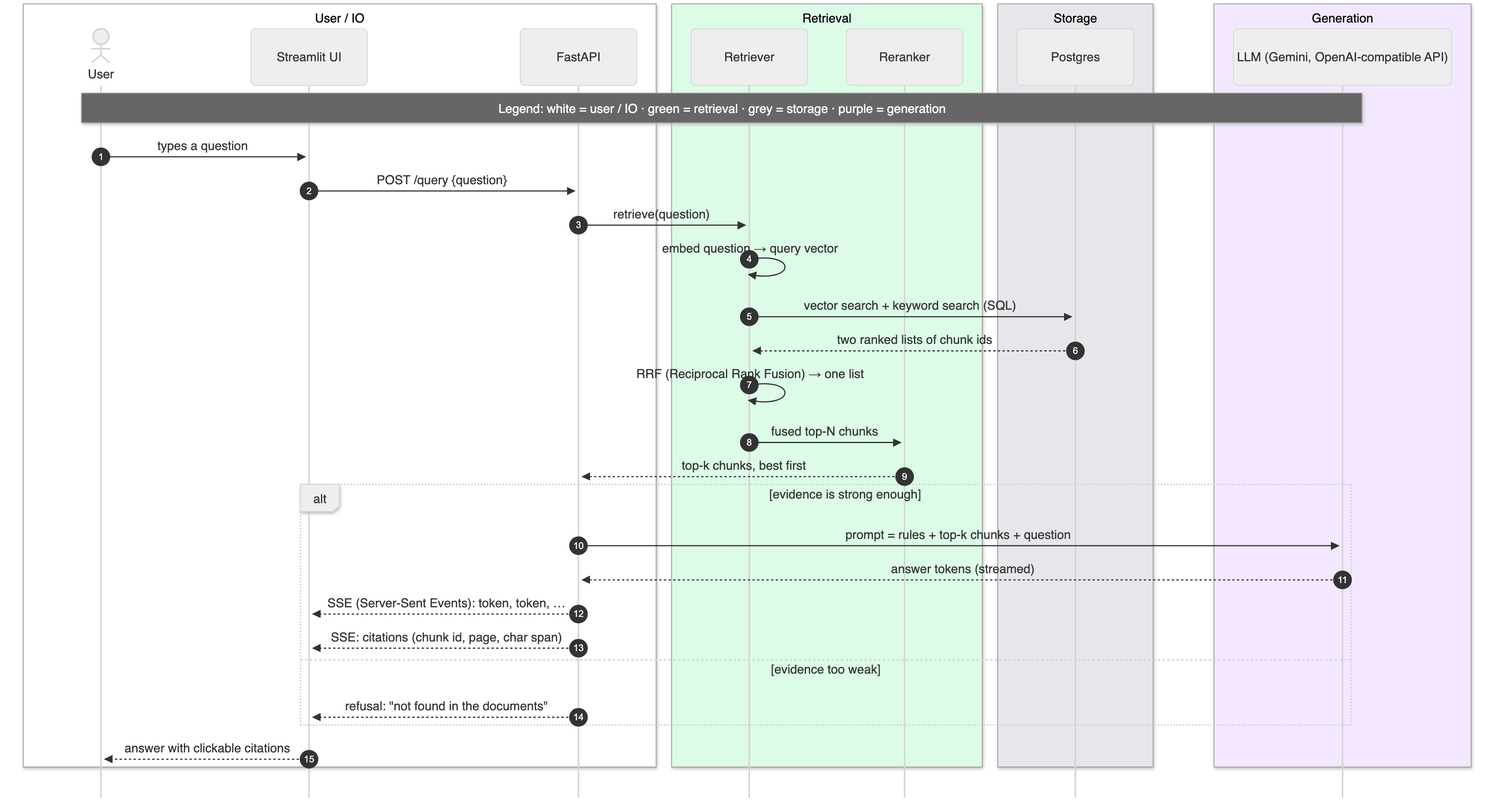
Earlier version of the Mermaid export docs/diagrams/out/02-request-lifecycle.png (Deoxy7/rag-assistant). Its source is kept beside it as docs/diagrams/src/02-request-lifecycle.mmd.
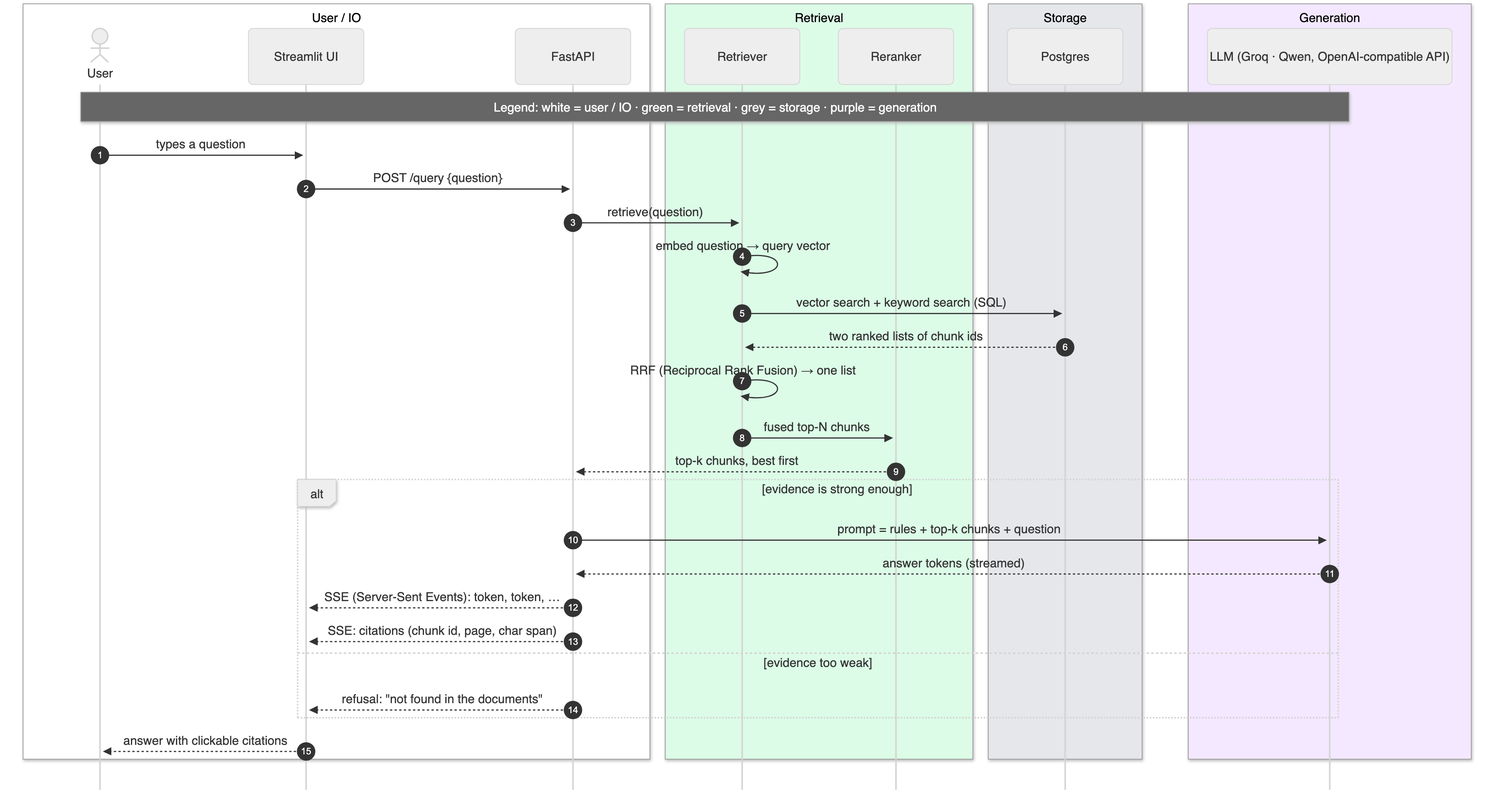
The same file after the commit.

Diff of the diagram source:
```diff
@@ -13,7 +13,7 @@
         participant DB as Postgres
     end
     box rgb(243,232,255) Generation
-        participant LLM as LLM (Gemini, OpenAI-compatible API)
+        participant LLM as LLM (Groq · Qwen, OpenAI-compatible API)
     end
 
     Note over U,LLM: Legend: white = user / IO · green = retrieval · grey = storage · purple = generation
```
